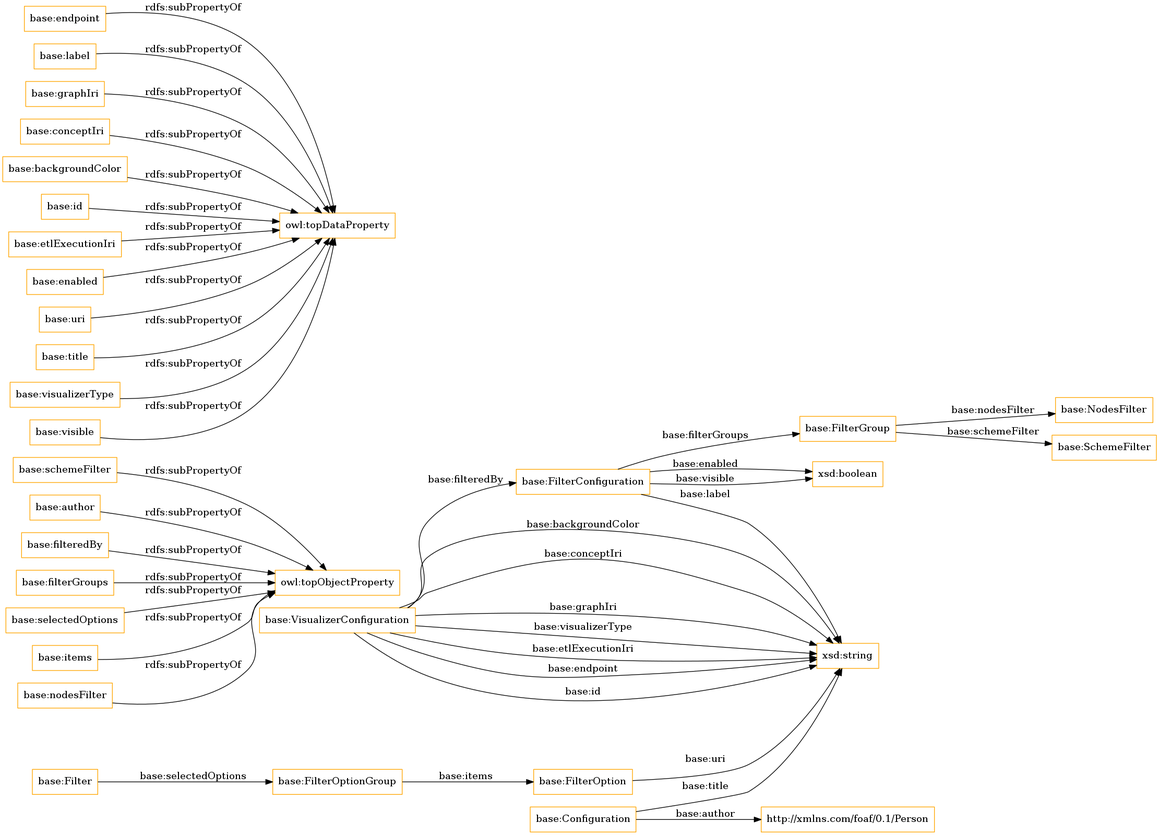
Above: OnToology/lpapps.owl/diagrams/ar2dtool-class/lpapps.owl.png in OnToologyUser/linkedpipes_applications_ontology (Graphviz), before the change. Its source is kept beside it as OnToology/lpapps.owl/diagrams/ar2dtool-class/lpapps.owl.png.dot.
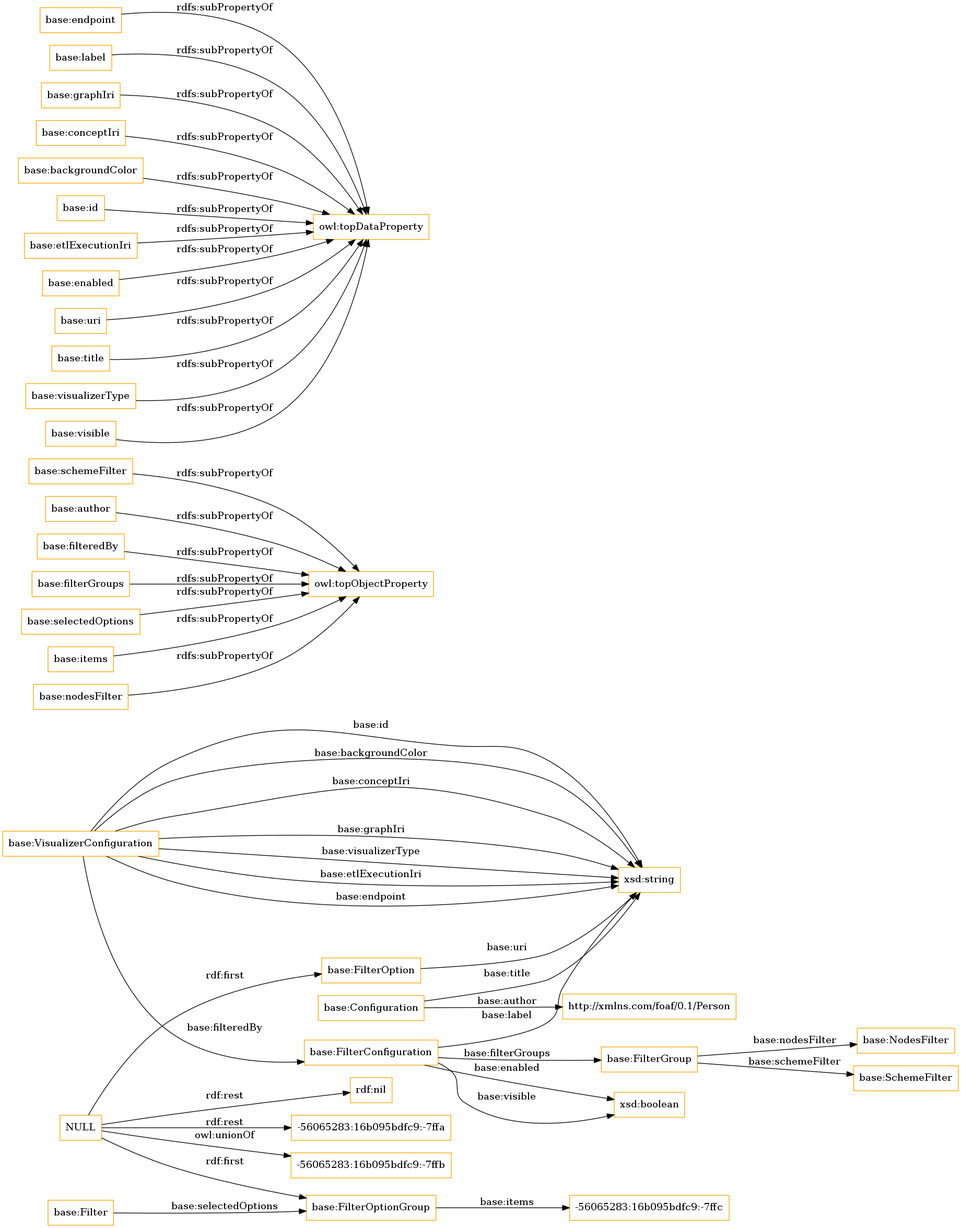
The same diagram one commit later.

Diff of the diagram source:
```diff
@@ -1,7 +1,12 @@
 digraph ar2dtool_diagram {
 rankdir=LR;
 size="1501"
-node [shape = rectangle, color="orange"]; "base:VisualizerConfiguration" "base:FilterGroup" "base:FilterOption" "base:NodesFilter" "base:FilterOptionGroup" "base:Filter" "base:SchemeFilter" "http://xmlns.com/foaf/0.1/Person" "base:FilterConfiguration" "base:Configuration" ; /*classes style*/
+node [shape = rectangle, color="orange"]; "base:VisualizerConfiguration" "base:FilterGroup" "base:FilterOption" "base:NodesFilter" "base:FilterOptionGroup" "base:Filter" "-56065283:16b095bdfc9:-7ffc" "base:SchemeFilter" "http://xmlns.com/foaf/0.1/Person" "base:FilterConfiguration" "base:Configuration" ; /*classes style*/
+	"NULL" -> "rdf:nil" [ label = "rdf:rest" ];
+	"NULL" -> "base:FilterOptionGroup" [ label = "rdf:first" ];
+	"NULL" -> "-56065283:16b095bdfc9:-7ffa" [ label = "rdf:rest" ];
+	"NULL" -> "base:FilterOption" [ label = "rdf:first" ];
+	"NULL" -> "-56065283:16b095bdfc9:-7ffb" [ label = "owl:unionOf" ];
 	"base:schemeFilter" -> "owl:topObjectProperty" [ label = "rdfs:subPropertyOf" ];
 	"base:author" -> "owl:topObjectProperty" [ label = "rdfs:subPropertyOf" ];
 	"base:endpoint" -> "owl:topDataProperty" [ label = "rdfs:subPropertyOf" ];
@@ -25,7 +30,7 @@
 	"base:FilterOption" -> "xsd:string" [ label = "base:uri" ];
 	"base:VisualizerConfiguration" -> "xsd:string" [ label = "base:backgroundColor" ];
 	"base:Configuration" -> "xsd:string" [ label = "base:title" ];
-	"base:FilterOptionGroup" -> "base:FilterOption" [ label = "base:items" ];
+	"base:FilterOptionGroup" -> "-56065283:16b095bdfc9:-7ffc" [ label = "base:items" ];
 	"base:FilterConfiguration" -> "base:FilterGroup" [ label = "base:filterGroups" ];
 	"base:VisualizerConfiguration" -> "xsd:string" [ label = "base:conceptIri" ];
 	"base:FilterGroup" -> "base:NodesFilter" [ label = "base:nodesFilter" ];
```
